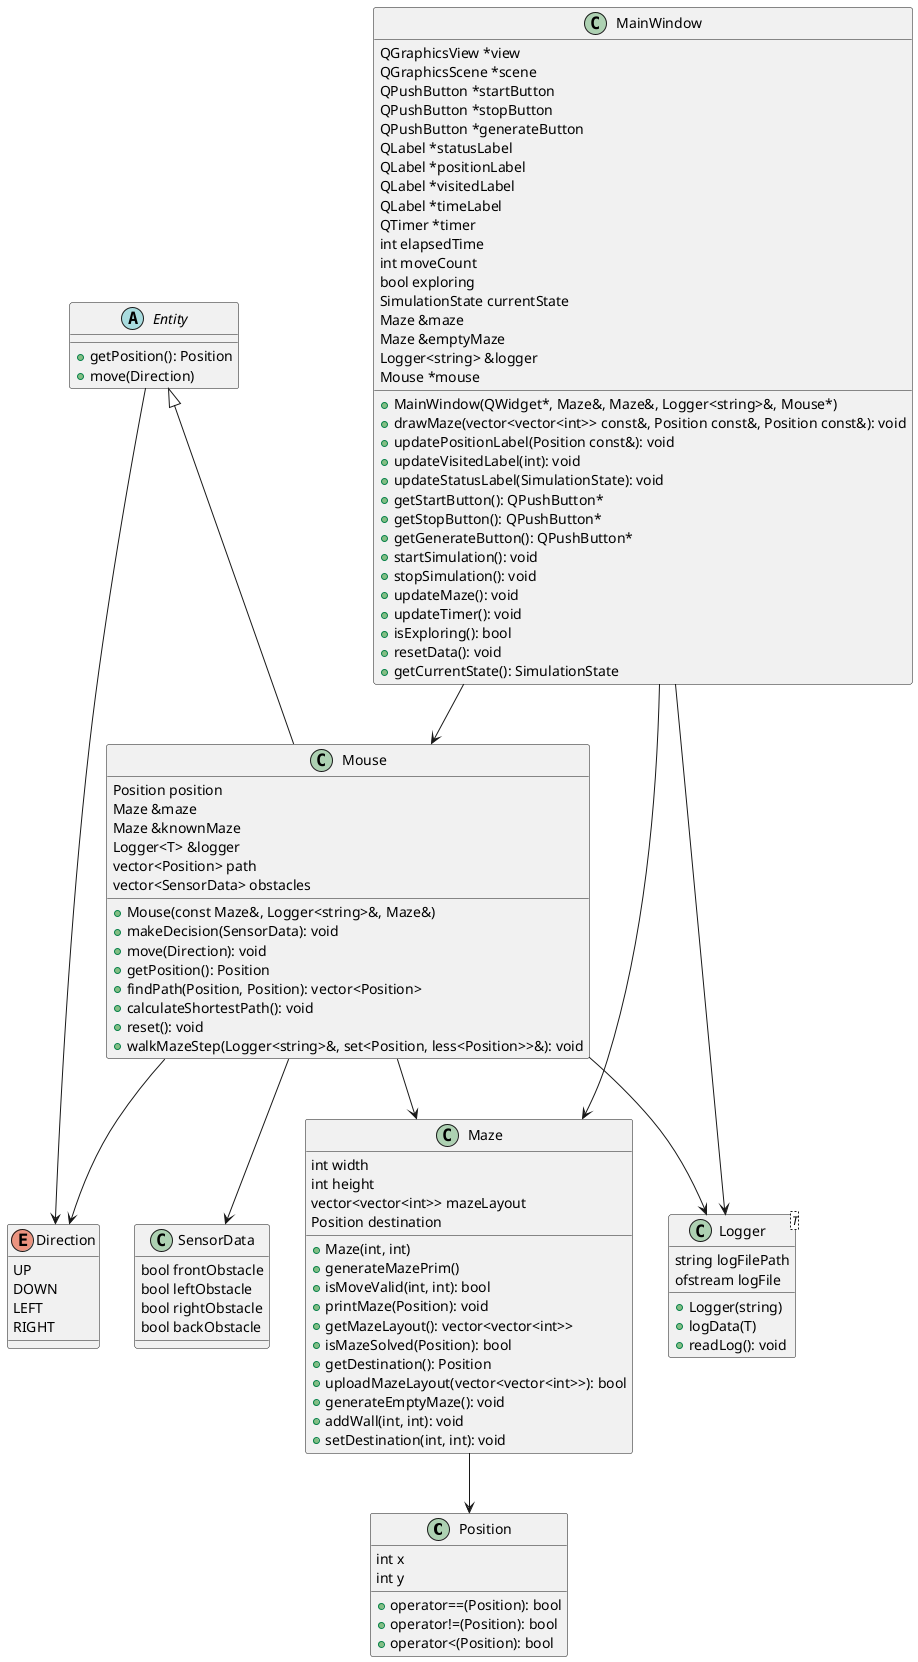
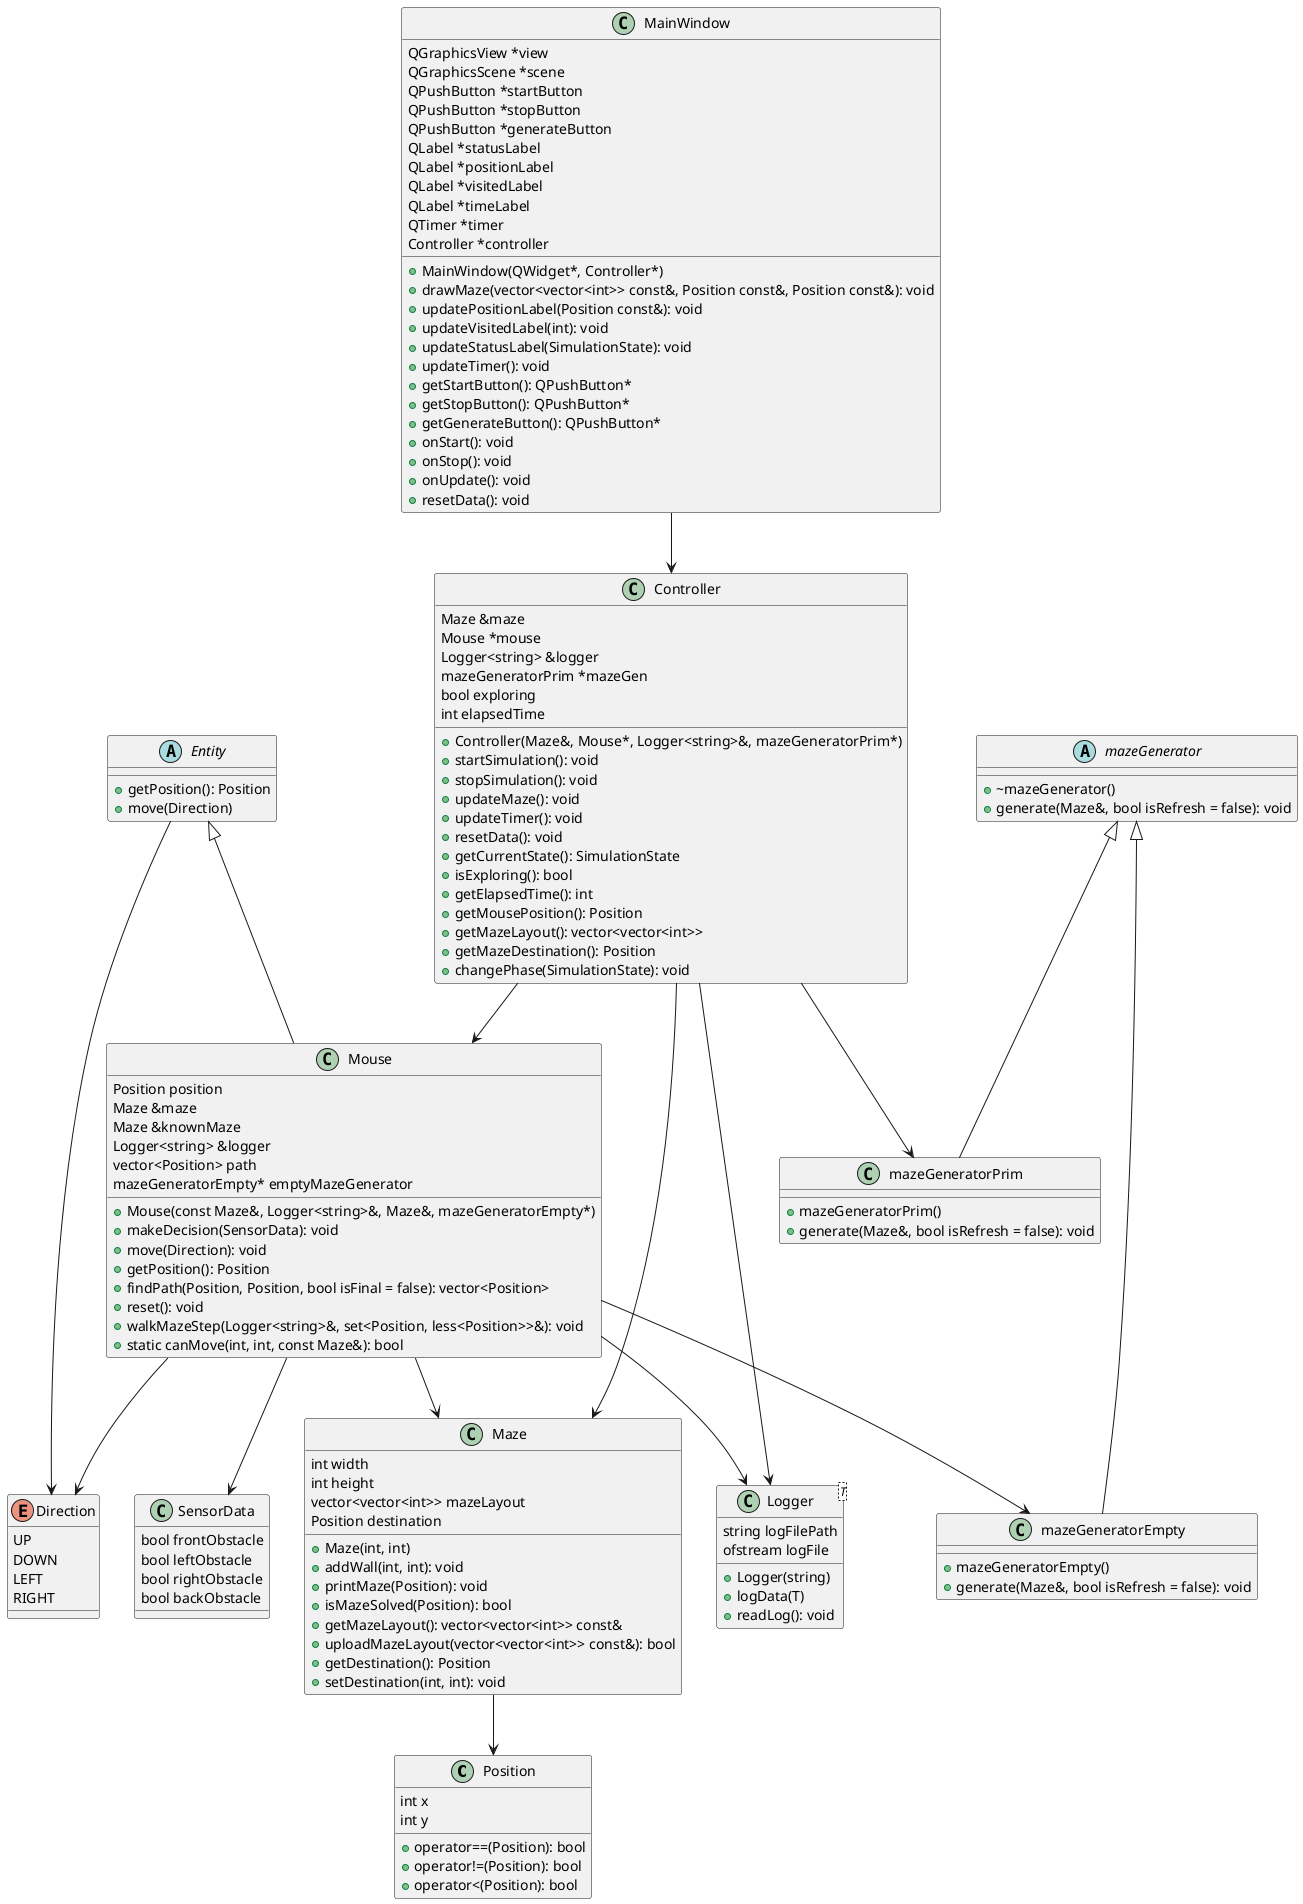
@startuml

class Position {
    int x
    int y
    +operator==(Position): bool
    +operator!=(Position): bool
    +operator<(Position): bool
}

abstract class Entity {
    +getPosition(): Position
    +move(Direction)
}

enum Direction {
    UP
    DOWN
    LEFT
    RIGHT
}

class SensorData {
    bool frontObstacle
    bool leftObstacle
    bool rightObstacle
    bool backObstacle
}

class Maze {
    int width
    int height
    vector<vector<int>> mazeLayout
    Position destination
    +Maze(int, int)
-     +generateMazePrim()
-     +isMoveValid(int, int): bool
+     +addWall(int, int): void
    +printMaze(Position): void
-     +getMazeLayout(): vector<vector<int>>
    +isMazeSolved(Position): bool
+     +getMazeLayout(): vector<vector<int>> const&
+     +uploadMazeLayout(vector<vector<int>> const&): bool
    +getDestination(): Position
-     +uploadMazeLayout(vector<vector<int>>): bool
-     +generateEmptyMaze(): void
-     +addWall(int, int): void
    +setDestination(int, int): void
+ }
+ 
+ abstract class mazeGenerator {
+     +~mazeGenerator()
+     +generate(Maze&, bool isRefresh = false): void
+ }
+ 
+ class mazeGeneratorEmpty {
+     +mazeGeneratorEmpty()
+     +generate(Maze&, bool isRefresh = false): void
+ }
+ 
+ class mazeGeneratorPrim {
+     +mazeGeneratorPrim()
+     +generate(Maze&, bool isRefresh = false): void
}

class Mouse {
    Position position
    Maze &maze
    Maze &knownMaze
-     Logger<T> &logger
+     Logger<string> &logger
    vector<Position> path
-     vector<SensorData> obstacles
-     +Mouse(const Maze&, Logger<string>&, Maze&)
+     mazeGeneratorEmpty* emptyMazeGenerator
+     +Mouse(const Maze&, Logger<string>&, Maze&, mazeGeneratorEmpty*)
    +makeDecision(SensorData): void
    +move(Direction): void
    +getPosition(): Position
-     +findPath(Position, Position): vector<Position>
-     +calculateShortestPath(): void
+     +findPath(Position, Position, bool isFinal = false): vector<Position>
    +reset(): void
    +walkMazeStep(Logger<string>&, set<Position, less<Position>>&): void
+     +static canMove(int, int, const Maze&): bool
}

class Logger<T> {
    string logFilePath
    ofstream logFile
    +Logger(string)
    +logData(T)
    +readLog(): void
}

class MainWindow {
    QGraphicsView *view
    QGraphicsScene *scene
    QPushButton *startButton
    QPushButton *stopButton
    QPushButton *generateButton
    QLabel *statusLabel
    QLabel *positionLabel
    QLabel *visitedLabel
    QLabel *timeLabel
    QTimer *timer
-     int elapsedTime
-     int moveCount
-     bool exploring
-     SimulationState currentState
-     Maze &maze
-     Maze &emptyMaze
-     Logger<string> &logger
-     Mouse *mouse
-     +MainWindow(QWidget*, Maze&, Maze&, Logger<string>&, Mouse*)
+     Controller *controller
+     +MainWindow(QWidget*, Controller*)
    +drawMaze(vector<vector<int>> const&, Position const&, Position const&): void
    +updatePositionLabel(Position const&): void
    +updateVisitedLabel(int): void
    +updateStatusLabel(SimulationState): void
+     +updateTimer(): void
    +getStartButton(): QPushButton*
    +getStopButton(): QPushButton*
    +getGenerateButton(): QPushButton*
+     +onStart(): void
+     +onStop(): void
+     +onUpdate(): void
+     +resetData(): void
+ }
+ 
+ class Controller {
+     Maze &maze
+     Mouse *mouse
+     Logger<string> &logger
+     mazeGeneratorPrim *mazeGen
+     bool exploring
+     int elapsedTime
+     +Controller(Maze&, Mouse*, Logger<string>&, mazeGeneratorPrim*)
    +startSimulation(): void
    +stopSimulation(): void
    +updateMaze(): void
    +updateTimer(): void
-     +isExploring(): bool
    +resetData(): void
    +getCurrentState(): SimulationState
+     +isExploring(): bool
+     +getElapsedTime(): int
+     +getMousePosition(): Position
+     +getMazeLayout(): vector<vector<int>>
+     +getMazeDestination(): Position
+     +changePhase(SimulationState): void
}

Entity <|-- Mouse
Mouse --> Maze
Mouse --> SensorData
Mouse --> Logger
+ Mouse --> mazeGeneratorEmpty
Maze --> Position
Entity --> Direction
Mouse --> Direction
- MainWindow --> Maze
- MainWindow --> Logger
- MainWindow --> Mouse
+ MainWindow --> Controller
+ Controller --> Maze
+ Controller --> Mouse
+ Controller --> Logger
+ Controller --> mazeGeneratorPrim
+ mazeGenerator <|-- mazeGeneratorEmpty
+ mazeGenerator <|-- mazeGeneratorPrim

@enduml